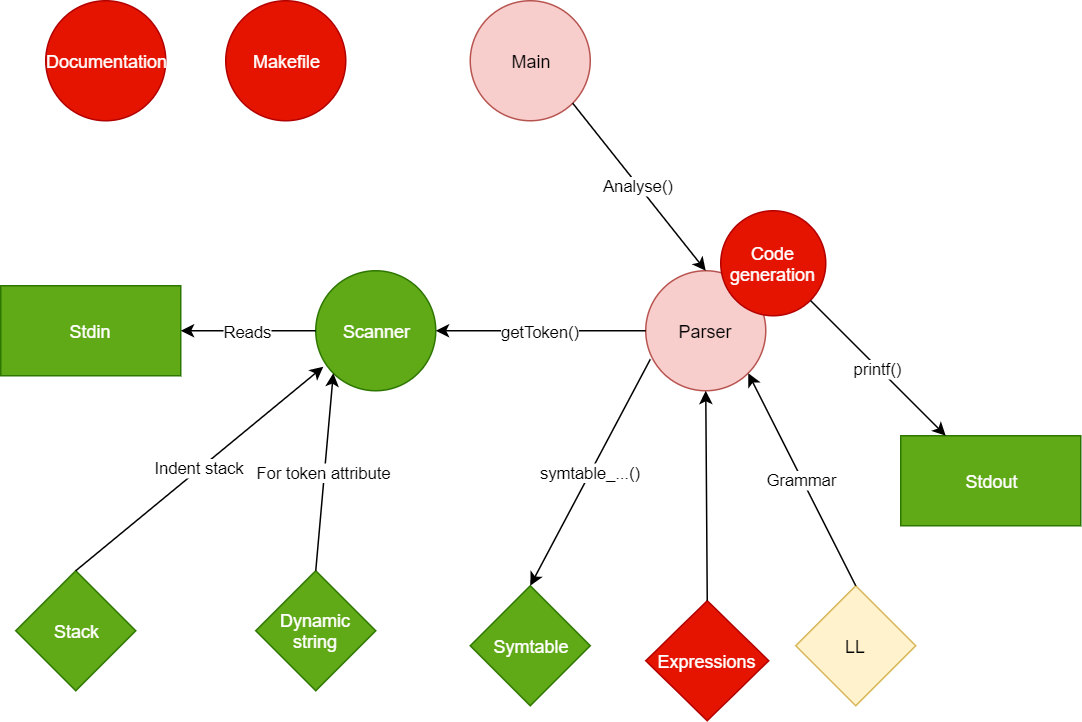
This is Map.PNG from Jetlebovec/IFJ_2019_JJJJ, a draw.io export, as it was before one commit. Source tidied: cells renumbered, new cells last; positions are measured from the earlier drawing's top-left corner, leaving out a move shared by most shapes.
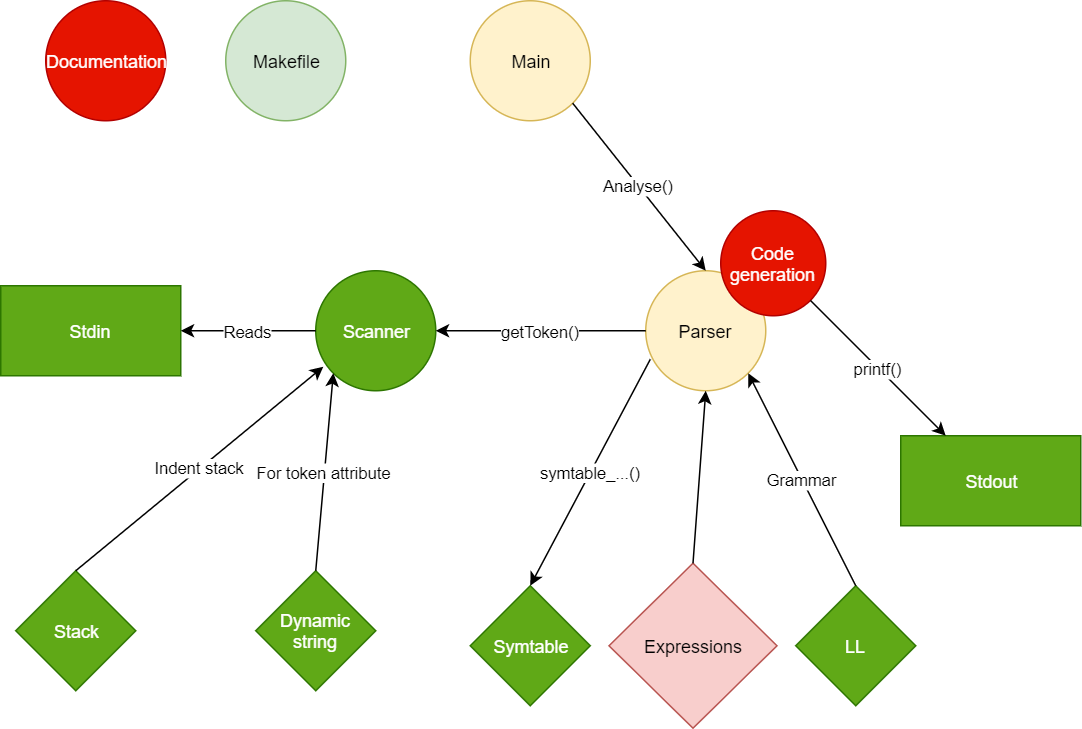
Later version of the same file.

The edit, as a diff of the source:
```diff
@@ -2,13 +2,13 @@
   <root>
     <mxCell id="0" />
     <mxCell id="1" parent="0" />
-    <mxCell id="2" value="Main" style="ellipse;whiteSpace=wrap;html=1;fillColor=#f8cecc;strokeColor=#b85450;" parent="1" vertex="1">
+    <mxCell id="2" value="Main" style="ellipse;whiteSpace=wrap;html=1;fillColor=#fff2cc;strokeColor=#d6b656;" parent="1" vertex="1">
       <mxGeometry x="313" width="80" height="80" as="geometry" />
     </mxCell>
     <mxCell id="3" value="Scanner" style="ellipse;whiteSpace=wrap;html=1;fillColor=#60a917;strokeColor=#2D7600;fontColor=#ffffff;" parent="1" vertex="1">
       <mxGeometry x="210" y="180" width="80" height="80" as="geometry" />
     </mxCell>
-    <mxCell id="4" value="Parser" style="ellipse;whiteSpace=wrap;html=1;fillColor=#f8cecc;strokeColor=#b85450;" parent="1" vertex="1">
+    <mxCell id="4" value="Parser" style="ellipse;whiteSpace=wrap;html=1;fillColor=#fff2cc;strokeColor=#d6b656;" parent="1" vertex="1">
       <mxGeometry x="430" y="180" width="80" height="80" as="geometry" />
     </mxCell>
     <mxCell id="5" value="Stdin" style="rounded=0;whiteSpace=wrap;html=1;fillColor=#60a917;strokeColor=#2D7600;fontColor=#ffffff;" parent="1" vertex="1">
@@ -38,16 +38,16 @@
     <mxCell id="13" value="Indent stack&lt;br&gt;" style="endArrow=classic;html=1;entryX=0.063;entryY=0.8;entryDx=0;entryDy=0;entryPerimeter=0;exitX=0.5;exitY=0;exitDx=0;exitDy=0;" parent="1" edge="1" source="12" target="3">
       <mxGeometry relative="1" as="geometry" />
     </mxCell>
-    <mxCell id="14" value="Makefile" style="ellipse;whiteSpace=wrap;html=1;fillColor=#e51400;strokeColor=#B20000;fontColor=#ffffff;" parent="1" vertex="1">
+    <mxCell id="14" value="Makefile" style="ellipse;whiteSpace=wrap;html=1;fillColor=#d5e8d4;strokeColor=#82b366;" parent="1" vertex="1">
       <mxGeometry x="150" width="80" height="80" as="geometry" />
     </mxCell>
-    <mxCell id="15" value="Expressions" style="rhombus;whiteSpace=wrap;html=1;fillColor=#e51400;strokeColor=#B20000;fontColor=#ffffff;" parent="1" vertex="1">
-      <mxGeometry x="430" y="400" width="82" height="80" as="geometry" />
+    <mxCell id="15" value="Expressions" style="rhombus;whiteSpace=wrap;html=1;fillColor=#f8cecc;strokeColor=#b85450;" parent="1" vertex="1">
+      <mxGeometry x="405.5" y="375" width="112" height="110" as="geometry" />
     </mxCell>
     <mxCell id="16" value="Stdout" style="rounded=0;whiteSpace=wrap;html=1;fillColor=#60a917;strokeColor=#2D7600;fontColor=#ffffff;" parent="1" vertex="1">
       <mxGeometry x="600" y="290" width="120" height="60" as="geometry" />
     </mxCell>
-    <mxCell id="17" value="LL" style="rhombus;whiteSpace=wrap;html=1;fillColor=#fff2cc;strokeColor=#d6b656;" parent="1" vertex="1">
+    <mxCell id="17" value="LL" style="rhombus;whiteSpace=wrap;html=1;fillColor=#60a917;strokeColor=#2D7600;fontColor=#ffffff;" parent="1" vertex="1">
       <mxGeometry x="530" y="390" width="80" height="80" as="geometry" />
     </mxCell>
     <mxCell id="18" value="Grammar" style="endArrow=classic;html=1;entryX=1;entryY=1;entryDx=0;entryDy=0;exitX=0.5;exitY=0;exitDx=0;exitDy=0;" parent="1" edge="1" source="17" target="4">
```
